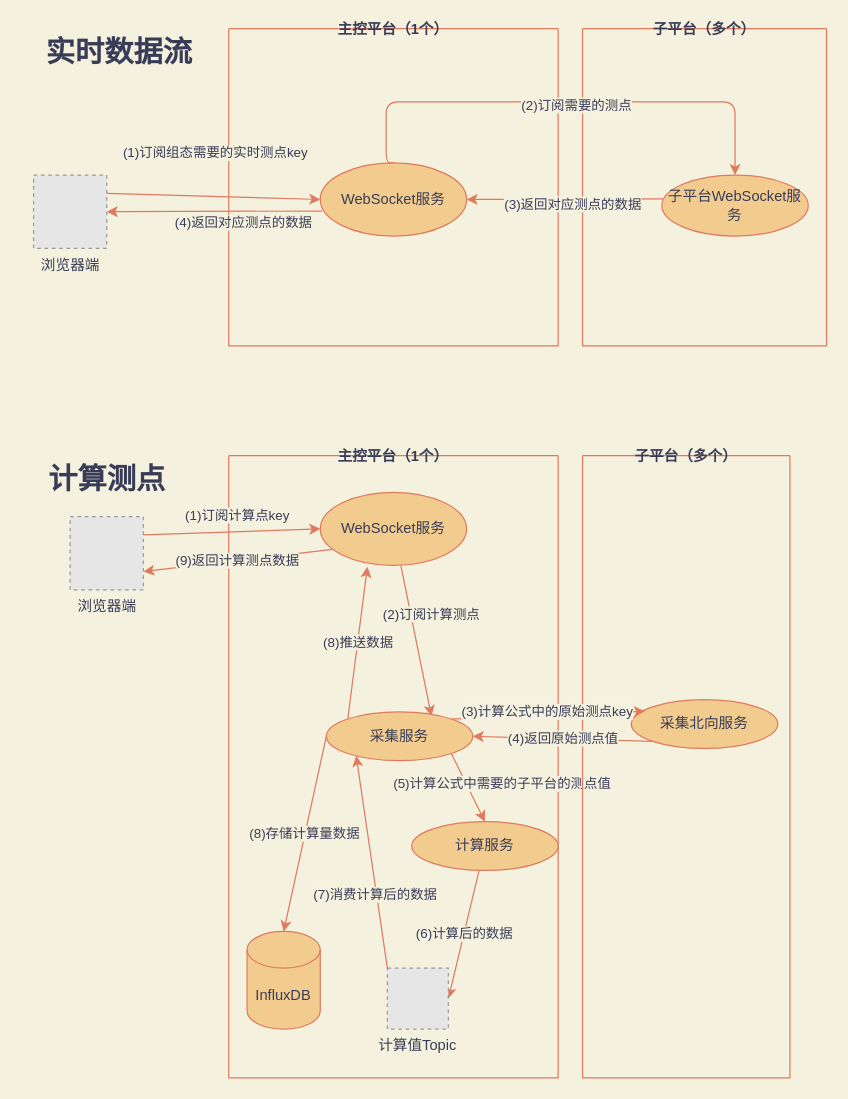
This is page "实时数据" (3 of 5) of test.drawio from Jarris3154/drawios, a draw.io file, before an edit. Source tidied: cells renumbered, new cells numbered last; positions are measured from the earlier drawing's top-left corner, leaving out a move shared by most shapes. Both pictures are drawn from the tidied source at 122%, with x=0, y=0 at pixel (21, 28). Pictures stored in the file or linked from it are replaced by grey dashed boxes.
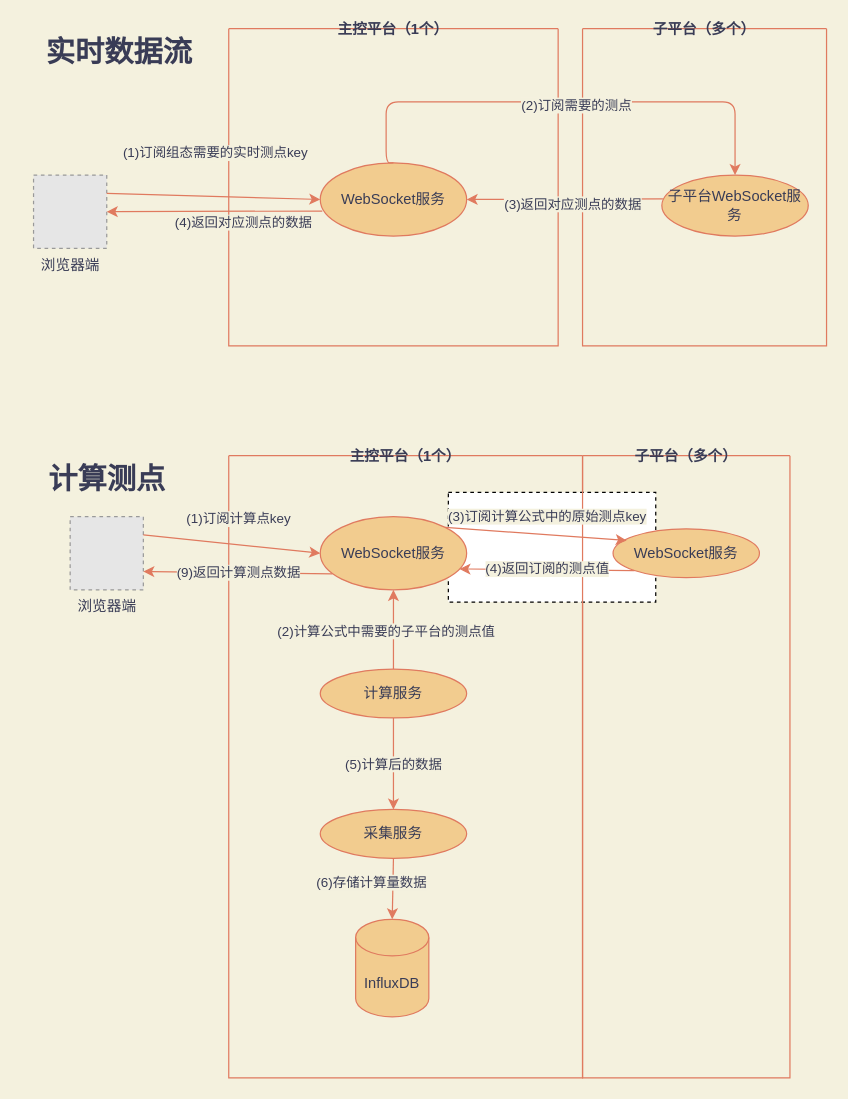
The same diagram, later.

Unchanged cells that the change refers to:
```xml
<mxCell id="29" value="子平台（多个）" style="swimlane;startSize=0;swimlaneLine=1;fillColor=#F2CC8F;strokeColor=#E07A5F;fontColor=#393C56;" parent="1" vertex="1">
  <mxGeometry x="460" y="350" width="170" height="510" as="geometry" />
</mxCell>
```

Change to the diagram source:
```diff
@@
     <mxCell id="17" value="主控平台（1个）" style="swimlane;startSize=0;fillColor=#F2CC8F;strokeColor=#E07A5F;fontColor=#393C56;" parent="1" vertex="1">
-      <mxGeometry x="170" y="350" width="270" height="510" as="geometry" />
+      <mxGeometry x="170" y="350" width="290" height="510" as="geometry" />
     </mxCell>
-    <mxCell id="18" value="(2)订阅计算测点" style="edgeStyle=none;rounded=1;sketch=0;jettySize=auto;html=1;entryX=0.718;entryY=0.088;entryDx=0;entryDy=0;entryPerimeter=0;fontColor=#393C56;strokeColor=#E07A5F;fillColor=#F2CC8F;labelBackgroundColor=#F4F1DE;" parent="17" edge="1" source="19" target="22">
-      <mxGeometry x="-0.3" y="17" relative="1" as="geometry" />
-    </mxCell>
+    <mxCell id="38" style="rounded=0;whiteSpace=wrap;html=1;sketch=0;dashed=1;" parent="17" vertex="1">
+      <mxGeometry x="180" y="30" width="170" height="90" as="geometry" />
+    </mxCell>
     <mxCell id="19" value="WebSocket服务" style="ellipse;whiteSpace=wrap;html=1;fillColor=#F2CC8F;strokeColor=#E07A5F;fontColor=#393C56;" parent="17" vertex="1">
-      <mxGeometry x="75" y="30" width="120" height="60" as="geometry" />
+      <mxGeometry x="75" y="50" width="120" height="60" as="geometry" />
     </mxCell>
-    <mxCell id="20" value="(8)推送数据" style="edgeStyle=none;rounded=1;sketch=0;jettySize=auto;html=1;entryX=0.322;entryY=1.017;entryDx=0;entryDy=0;entryPerimeter=0;fontColor=#393C56;strokeColor=#E07A5F;fillColor=#F2CC8F;exitX=0;exitY=0;exitDx=0;exitDy=0;labelBackgroundColor=#F4F1DE;" parent="17" edge="1" source="22" target="19">
-      <mxGeometry relative="1" as="geometry" />
-    </mxCell>
-    <mxCell id="21" value="(8)存储计算量数据" style="edgeStyle=none;rounded=1;sketch=0;jettySize=auto;html=1;entryX=0.5;entryY=0;entryDx=0;entryDy=0;entryPerimeter=0;fontColor=#393C56;strokeColor=#E07A5F;fillColor=#F2CC8F;exitX=0;exitY=0.5;exitDx=0;exitDy=0;labelBackgroundColor=#F4F1DE;" parent="17" edge="1" source="22" target="27">
-      <mxGeometry relative="1" as="geometry" />
+    <mxCell id="21" value="(6)存储计算量数据" style="edgeStyle=none;rounded=1;sketch=0;jettySize=auto;html=1;entryX=0.5;entryY=0;entryDx=0;entryDy=0;entryPerimeter=0;fontColor=#393C56;strokeColor=#E07A5F;fillColor=#F2CC8F;exitX=0.5;exitY=1;exitDx=0;exitDy=0;labelBackgroundColor=#F4F1DE;" parent="17" edge="1" source="22" target="27">
+      <mxGeometry x="-0.22" y="-18" relative="1" as="geometry" />
     </mxCell>
     <mxCell id="22" value="采集服务" style="ellipse;whiteSpace=wrap;html=1;fillColor=#F2CC8F;strokeColor=#E07A5F;fontColor=#393C56;" parent="17" vertex="1">
-      <mxGeometry x="80" y="210" width="120" height="40" as="geometry" />
+      <mxGeometry x="75" y="290" width="120" height="40" as="geometry" />
     </mxCell>
-    <mxCell id="23" value="(7)消费计算后的数据" style="rounded=0;jettySize=auto;html=1;exitX=0;exitY=0;exitDx=0;exitDy=0;entryX=0.204;entryY=0.9;entryDx=0;entryDy=0;entryPerimeter=0;strokeColor=#E07A5F;fontColor=#393C56;labelBackgroundColor=#F4F1DE;" parent="17" edge="1" source="28" target="22">
-      <mxGeometry x="-0.31" y="1" relative="1" as="geometry" />
-    </mxCell>
-    <mxCell id="24" value="(6)计算后的数据" style="rounded=1;sketch=0;jettySize=auto;html=1;entryX=1;entryY=0.5;entryDx=0;entryDy=0;fontColor=#393C56;strokeColor=#E07A5F;fillColor=#F2CC8F;labelBackgroundColor=#F4F1DE;" parent="17" edge="1" source="25" target="28">
+    <mxCell id="24" value="(5)计算后的数据" style="rounded=1;sketch=0;jettySize=auto;html=1;fontColor=#393C56;strokeColor=#E07A5F;fillColor=#F2CC8F;labelBackgroundColor=#F4F1DE;entryX=0.5;entryY=0;entryDx=0;entryDy=0;" parent="17" edge="1" source="25" target="22">
       <mxGeometry relative="1" as="geometry" />
     </mxCell>
     <mxCell id="25" value="计算服务" style="ellipse;whiteSpace=wrap;html=1;fillColor=#F2CC8F;strokeColor=#E07A5F;fontColor=#393C56;" parent="17" vertex="1">
-      <mxGeometry x="150" y="300" width="120" height="40" as="geometry" />
+      <mxGeometry x="75" y="175" width="120" height="40" as="geometry" />
     </mxCell>
-    <mxCell id="26" value="(5)计算公式中需要的子平台的测点值" style="endArrow=classic;html=1;entryX=0.5;entryY=0;entryDx=0;entryDy=0;exitX=1;exitY=1;exitDx=0;exitDy=0;strokeColor=#E07A5F;fontColor=#393C56;labelBackgroundColor=#F4F1DE;" parent="17" edge="1" source="22" target="25">
-      <mxGeometry x="0.33" y="26" relative="1" as="geometry" />
+    <mxCell id="26" value="(2)计算公式中需要的子平台的测点值" style="endArrow=classic;html=1;entryX=0.5;entryY=1;entryDx=0;entryDy=0;strokeColor=#E07A5F;fontColor=#393C56;labelBackgroundColor=#F4F1DE;" parent="17" edge="1" source="25" target="19">
+      <mxGeometry x="-0.06" y="6" relative="1" as="geometry" />
     </mxCell>
     <mxCell id="27" value="InfluxDB" style="shape=cylinder3;whiteSpace=wrap;html=1;boundedLbl=1;backgroundOutline=1;size=15;fillColor=#F2CC8F;strokeColor=#E07A5F;fontColor=#393C56;" parent="17" vertex="1">
-      <mxGeometry x="15" y="390" width="60" height="80" as="geometry" />
+      <mxGeometry x="104" y="380" width="60" height="80" as="geometry" />
     </mxCell>
-    <mxCell id="28" value="计算值Topic" style="fillColor=#E6E6E6;strokeColor=#999999;dashed=1;verticalLabelPosition=bottom;verticalAlign=top;fontColor=#393C56;" parent="17" vertex="1">
-      <mxGeometry x="130" y="420" width="50" height="50" as="geometry" />
-    </mxCell>
@@
-    <mxCell id="30" value="采集北向服务" style="ellipse;whiteSpace=wrap;html=1;fillColor=#F2CC8F;strokeColor=#E07A5F;fontColor=#393C56;" parent="29" vertex="1">
-      <mxGeometry x="40" y="200" width="120" height="40" as="geometry" />
+    <mxCell id="30" value="WebSocket服务" style="ellipse;whiteSpace=wrap;html=1;fillColor=#F2CC8F;strokeColor=#E07A5F;fontColor=#393C56;" parent="29" vertex="1">
+      <mxGeometry x="25" y="60" width="120" height="40" as="geometry" />
     </mxCell>
@@
-    <mxCell id="35" style="edgeStyle=none;rounded=1;sketch=0;jettySize=auto;html=1;fontColor=#393C56;strokeColor=#E07A5F;fillColor=#F2CC8F;entryX=0.093;entryY=0.238;entryDx=0;entryDy=0;entryPerimeter=0;exitX=1;exitY=0;exitDx=0;exitDy=0;labelBackgroundColor=#F4F1DE;" parent="1" edge="1" source="22" target="30">
+    <mxCell id="35" style="edgeStyle=none;rounded=1;sketch=0;jettySize=auto;html=1;fontColor=#393C56;strokeColor=#E07A5F;fillColor=#F2CC8F;entryX=0.093;entryY=0.238;entryDx=0;entryDy=0;entryPerimeter=0;exitX=1;exitY=0;exitDx=0;exitDy=0;labelBackgroundColor=#F4F1DE;" parent="1" edge="1" source="19" target="30">
       <mxGeometry relative="1" as="geometry" />
     </mxCell>
-    <mxCell id="36" value="(3)计算公式中的原始测点key" style="edgeLabel;html=1;align=center;verticalAlign=middle;fontColor=#393C56;labelBackgroundColor=#F4F1DE;" parent="35" vertex="1">
+    <mxCell id="36" value="(3)订阅计算公式中的原始测点key" style="edgeLabel;html=1;align=center;verticalAlign=middle;fontColor=#393C56;labelBackgroundColor=#F4F1DE;" parent="35" vertex="1">
       <mxGeometry x="-0.31" y="-3" relative="1" as="geometry">
-        <mxPoint x="23" y="-7" as="offset" />
+        <mxPoint x="32" y="-16" as="offset" />
       </mxGeometry>
     </mxCell>
-    <mxCell id="37" value="(4)返回原始测点值" style="endArrow=classic;html=1;fontColor=#393C56;strokeColor=#E07A5F;fillColor=#F2CC8F;entryX=1;entryY=0.5;entryDx=0;entryDy=0;exitX=0;exitY=1;exitDx=0;exitDy=0;labelBackgroundColor=#F4F1DE;" parent="1" edge="1" source="30" target="22">
+    <mxCell id="37" value="(4)返回订阅的测点值" style="endArrow=classic;html=1;fontColor=#393C56;strokeColor=#E07A5F;fillColor=#F2CC8F;entryX=0.951;entryY=0.714;entryDx=0;entryDy=0;exitX=0;exitY=1;exitDx=0;exitDy=0;labelBackgroundColor=#F4F1DE;entryPerimeter=0;" parent="1" edge="1" source="30" target="19">
       <mxGeometry relative="1" as="geometry" />
     </mxCell>
```
